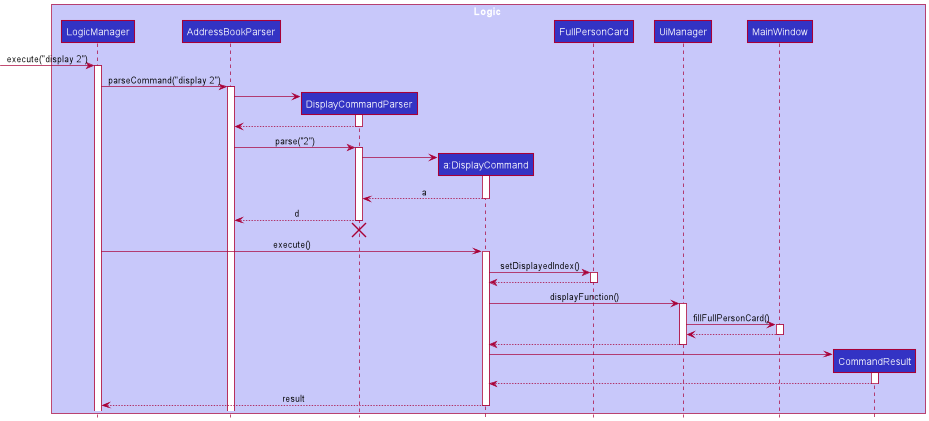
Earlier version of the PlantUML export docs/images/DisplaySequenceDiagram.png (pranav-ganesh/tp). Its diagram source:
```plantuml
@startuml
!include style.puml

box Logic LOGIC_COLOR_T1
participant LogicManager LOGIC_COLOR
participant AddressBookParser LOGIC_COLOR
participant DisplayCommandParser LOGIC_COLOR
participant "a:DisplayCommand" as DisplayCommand LOGIC_COLOR
participant FullPersonCard LOGIC_COLOR
participant UiManager LOGIC_COLOR
participant MainWindow LOGIC_COLOR
participant CommandResult LOGIC_COLOR
end box

-> LogicManager : execute("display 2")
activate LogicManager

LogicManager -> AddressBookParser : parseCommand("display 2")
activate AddressBookParser

create DisplayCommandParser
AddressBookParser -> DisplayCommandParser
activate DisplayCommandParser
return

AddressBookParser -> DisplayCommandParser : parse("2")
activate DisplayCommandParser

create DisplayCommand
DisplayCommandParser -> DisplayCommand
activate DisplayCommand

return a

DisplayCommandParser --> AddressBookParser : d
deactivate DisplayCommandParser
DisplayCommandParser -[hidden]-> AddressBookParser
destroy DisplayCommandParser

LogicManager -> DisplayCommand : execute()
activate DisplayCommand

DisplayCommand -> FullPersonCard : setDisplayedIndex()
activate FullPersonCard
return

DisplayCommand -> UiManager : displayFunction()
activate UiManager
UiManager -> MainWindow : fillFullPersonCard()
activate MainWindow
return
return

create CommandResult
DisplayCommand -> CommandResult
activate CommandResult
return

return result
@enduml
```
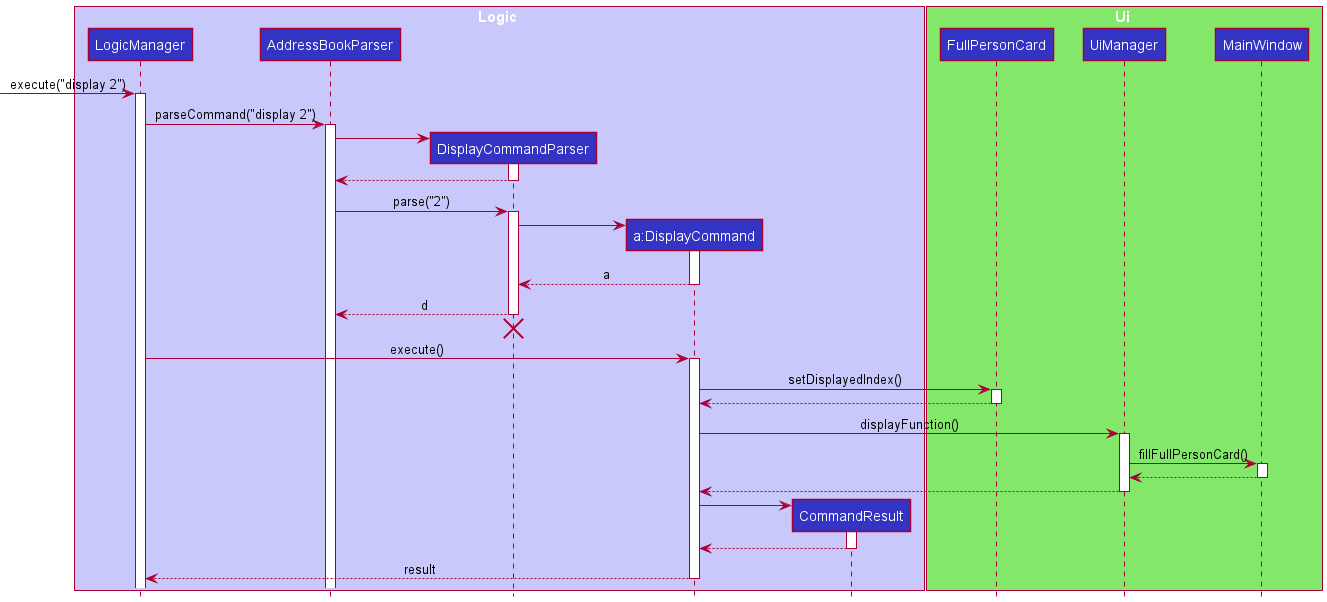
After the commit.

The edit, as a diff of the source:
```diff
@@ -6,10 +6,13 @@
 participant AddressBookParser LOGIC_COLOR
 participant DisplayCommandParser LOGIC_COLOR
 participant "a:DisplayCommand" as DisplayCommand LOGIC_COLOR
+participant CommandResult LOGIC_COLOR
+end box
+
+box Ui UI_COLOR_T1
 participant FullPersonCard LOGIC_COLOR
 participant UiManager LOGIC_COLOR
 participant MainWindow LOGIC_COLOR
-participant CommandResult LOGIC_COLOR
 end box
 
 -> LogicManager : execute("display 2")
```
